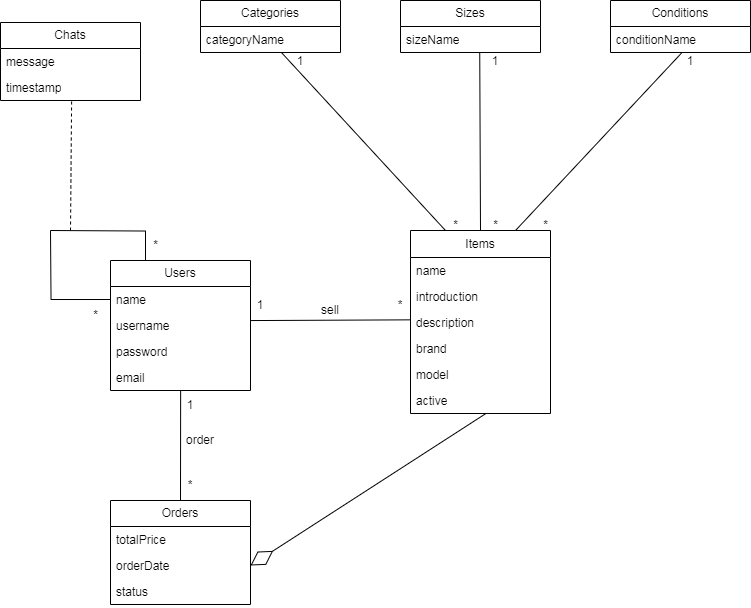
Earlier version of the draw.io export docs/ltw-uml.png (leonardomagalhaes21/feup-LTW). Source tidied: cells renumbered, new cells last; positions are measured from the earlier drawing's top-left corner, leaving out a move shared by most shapes.
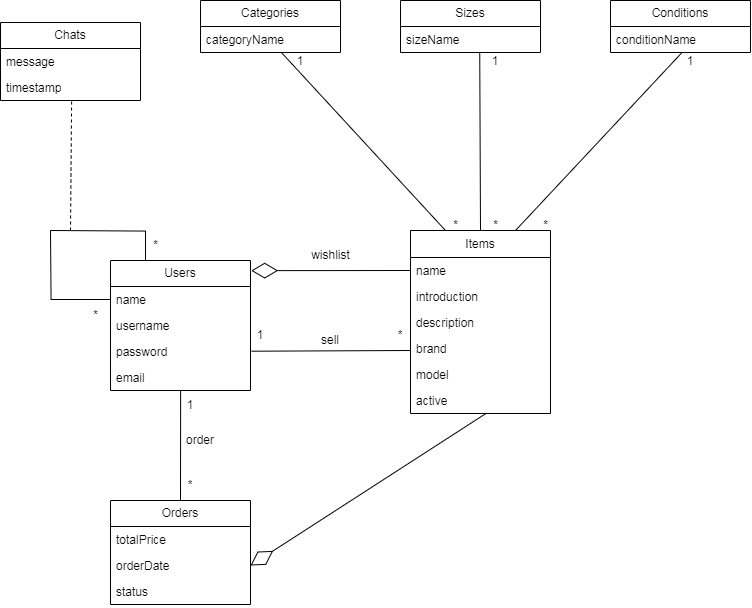
The same diagram one commit later.

The edit, as a diff of the source:
```diff
@@ -113,17 +113,20 @@
     <mxCell id="36" value="timestamp" style="text;strokeColor=none;fillColor=none;align=left;verticalAlign=top;spacingLeft=4;spacingRight=4;overflow=hidden;points=[[0,0.5],[1,0.5]];portConstraint=eastwest;whiteSpace=wrap;html=1;" parent="34" vertex="1">
       <mxGeometry y="52" width="140" height="26" as="geometry" />
     </mxCell>
-    <mxCell id="37" style="endArrow=none;startArrow=none;endFill=0;startFill=0;endSize=8;html=1;verticalAlign=bottom;labelBackgroundColor=none;strokeWidth=1;rounded=0;exitX=1.004;exitY=0.31;exitDx=0;exitDy=0;entryX=-0.003;entryY=0.398;entryDx=0;entryDy=0;exitPerimeter=0;entryPerimeter=0;" parent="1" edge="1" source="4" target="10">
-      <mxGeometry relative="1" as="geometry" />
+    <mxCell id="37" style="endArrow=none;startArrow=none;endFill=0;startFill=0;endSize=8;html=1;verticalAlign=bottom;labelBackgroundColor=none;strokeWidth=1;rounded=0;exitX=1.004;exitY=0.31;exitDx=0;exitDy=0;entryX=-0.003;entryY=0.398;entryDx=0;entryDy=0;exitPerimeter=0;entryPerimeter=0;" parent="1" edge="1">
+      <mxGeometry relative="1" as="geometry">
+        <mxPoint x="251" y="350.7" as="sourcePoint" />
+        <mxPoint x="410" y="350" as="targetPoint" />
+      </mxGeometry>
     </mxCell>
     <mxCell id="38" value="1" style="text;html=1;align=center;verticalAlign=middle;whiteSpace=wrap;rounded=0;" parent="1" vertex="1">
-      <mxGeometry x="250" y="290" width="20" height="30" as="geometry" />
+      <mxGeometry x="250" y="320" width="20" height="30" as="geometry" />
     </mxCell>
     <mxCell id="39" value="*" style="text;html=1;align=center;verticalAlign=middle;whiteSpace=wrap;rounded=0;" parent="1" vertex="1">
-      <mxGeometry x="390" y="290" width="20" height="30" as="geometry" />
+      <mxGeometry x="390" y="320" width="20" height="30" as="geometry" />
     </mxCell>
     <mxCell id="40" value="sell" style="text;html=1;align=center;verticalAlign=middle;whiteSpace=wrap;rounded=0;" parent="1" vertex="1">
-      <mxGeometry x="300" y="300" width="60" height="20" as="geometry" />
+      <mxGeometry x="300" y="330" width="60" height="20" as="geometry" />
     </mxCell>
     <mxCell id="41" value="Orders" style="swimlane;fontStyle=0;horizontal=1;startSize=26;fillColor=none;whiteSpace=wrap;html=1;" parent="1" vertex="1">
       <mxGeometry x="110" y="500" width="140" height="104" as="geometry" />
@@ -152,5 +155,11 @@
     <mxCell id="49" style="endArrow=diamondThin;endFill=0;endSize=24;html=1;rounded=0;entryX=1;entryY=0.5;entryDx=0;entryDy=0;exitX=0.54;exitY=0.996;exitDx=0;exitDy=0;exitPerimeter=0;" parent="1" edge="1" source="13" target="43">
       <mxGeometry relative="1" as="geometry" />
     </mxCell>
+    <mxCell id="50" style="endArrow=diamondThin;endFill=0;endSize=24;html=1;rounded=0;entryX=1.005;entryY=0.078;entryDx=0;entryDy=0;exitX=0;exitY=0.5;exitDx=0;exitDy=0;entryPerimeter=0;" parent="1" edge="1" source="8" target="2">
+      <mxGeometry relative="1" as="geometry" />
+    </mxCell>
+    <mxCell id="51" value="wishlist" style="text;html=1;align=center;verticalAlign=middle;strokeColor=none;fillColor=none;" parent="1" vertex="1">
+      <mxGeometry x="300" y="240" width="60" height="30" as="geometry" />
+    </mxCell>
   </root>
 </mxGraphModel>
```
